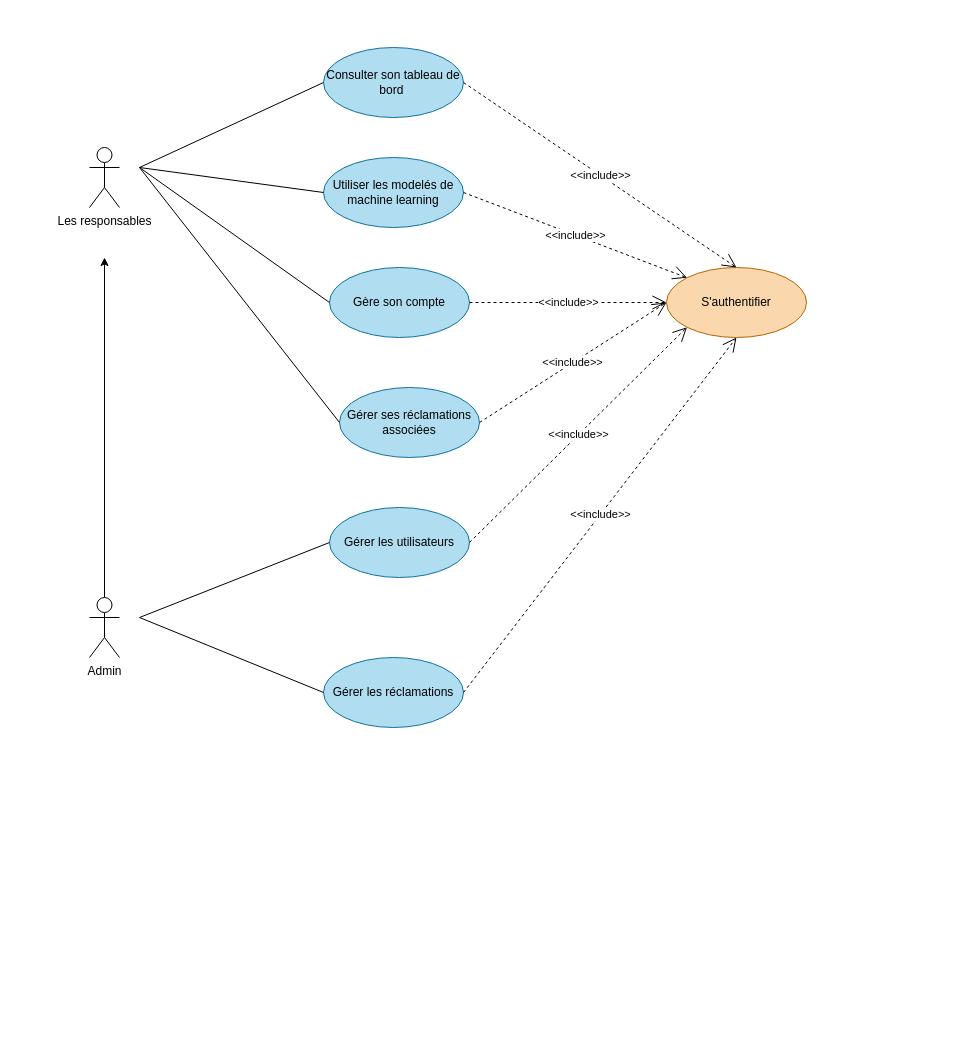
Before: Diagramme sans nom.drawio in mouhamedazizbacha/aziz, a draw.io diagram. Source tidied: cells renumbered, new cells numbered last; positions are measured from the earlier drawing's top-left corner, leaving out a move shared by most shapes. Both pictures are drawn from the tidied source at 100%, with x=0, y=0 at pixel (89, 47).
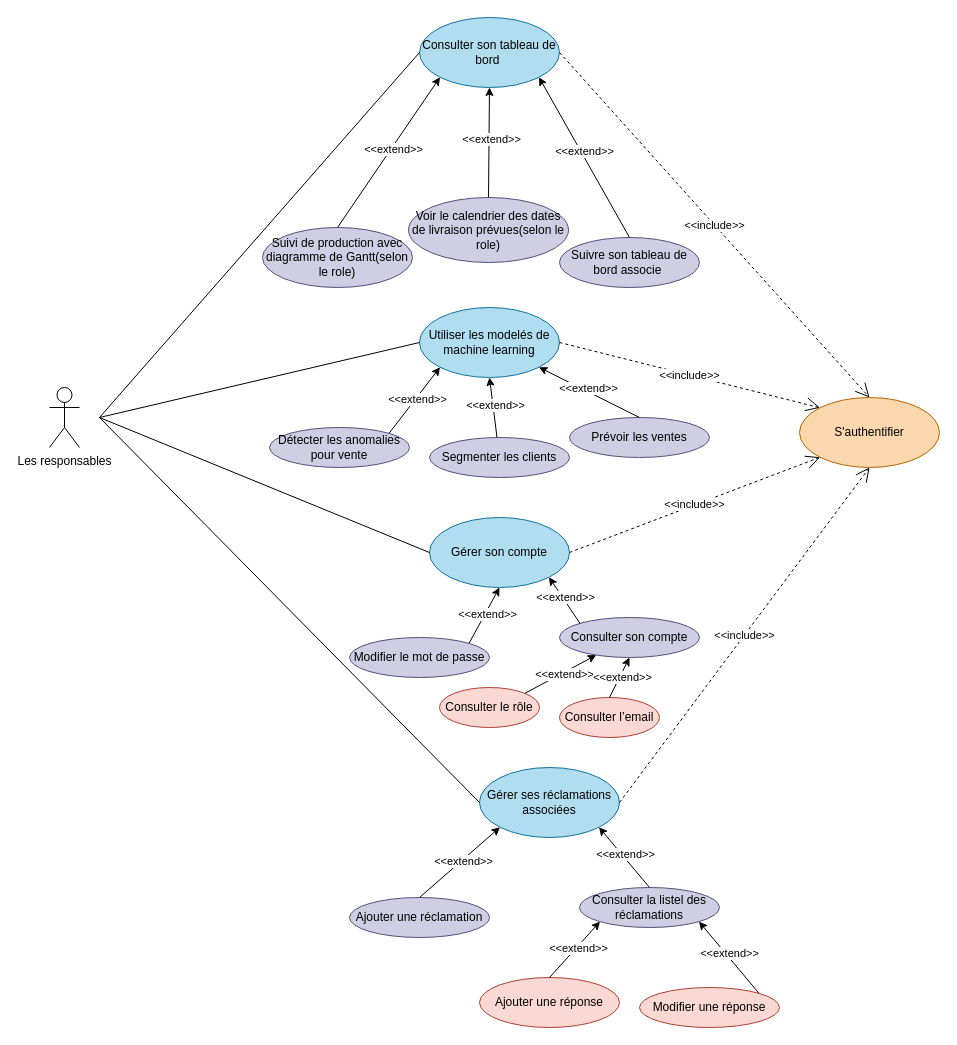
The same diagram, later.

Commit message:
Mettre à jour Diagramme sans nom.drawio

What changed in the source:
```diff
@@
     <mxCell id="2" value="Les responsables" style="shape=umlActor;verticalLabelPosition=bottom;verticalAlign=top;html=1;" parent="1" vertex="1">
-      <mxGeometry y="100" width="30" height="60" as="geometry" />
+      <mxGeometry x="-40" y="340" width="30" height="60" as="geometry" />
     </mxCell>
     <mxCell id="3" value="S'authentifier" style="ellipse;whiteSpace=wrap;html=1;fillColor=#fad7ac;strokeColor=#b46504;" parent="1" vertex="1">
-      <mxGeometry x="577" y="220" width="140" height="70" as="geometry" />
+      <mxGeometry x="710" y="350" width="140" height="70" as="geometry" />
     </mxCell>
-    <mxCell id="4" value="Gérer les utilisateurs" style="ellipse;whiteSpace=wrap;html=1;fillColor=#b1ddf0;strokeColor=#10739e;" parent="1" vertex="1">
-      <mxGeometry x="240" y="460" width="140" height="70" as="geometry" />
+    <mxCell id="4" value="Gérer son compte" style="ellipse;whiteSpace=wrap;html=1;fillColor=#b1ddf0;strokeColor=#10739e;" parent="1" vertex="1">
+      <mxGeometry x="340" y="470" width="140" height="70" as="geometry" />
     </mxCell>
     <mxCell id="5" value="Utiliser les modelés de machine learning" style="ellipse;whiteSpace=wrap;html=1;fillColor=#b1ddf0;strokeColor=#10739e;" parent="1" vertex="1">
-      <mxGeometry x="234" y="110" width="140" height="70" as="geometry" />
+      <mxGeometry x="330" y="260" width="140" height="70" as="geometry" />
     </mxCell>
     <mxCell id="6" value="Consulter son tableau de bord&amp;nbsp;" style="ellipse;whiteSpace=wrap;html=1;fillColor=#b1ddf0;strokeColor=#10739e;" parent="1" vertex="1">
-      <mxGeometry x="234" width="140" height="70" as="geometry" />
+      <mxGeometry x="330" y="-30" width="140" height="70" as="geometry" />
     </mxCell>
-    <mxCell id="7" value="Gérer les réclamations" style="ellipse;whiteSpace=wrap;html=1;fillColor=#b1ddf0;strokeColor=#10739e;" parent="1" vertex="1">
-      <mxGeometry x="234" y="610" width="140" height="70" as="geometry" />
+    <mxCell id="7" value="&lt;span style=&quot;white-space-collapse: preserve;&quot; class=&quot;x3jgonx&quot;&gt;Gérer ses réclamations associées&lt;/span&gt;" style="ellipse;whiteSpace=wrap;html=1;fillColor=#b1ddf0;strokeColor=#10739e;" parent="1" vertex="1">
+      <mxGeometry x="390" y="720" width="140" height="70" as="geometry" />
     </mxCell>
-    <mxCell id="8" value="&lt;span style=&quot;white-space-collapse: preserve;&quot; class=&quot;x3jgonx&quot;&gt;Gérer ses réclamations associées&lt;/span&gt;" style="ellipse;whiteSpace=wrap;html=1;fillColor=#b1ddf0;strokeColor=#10739e;" parent="1" vertex="1">
-      <mxGeometry x="250" y="340" width="140" height="70" as="geometry" />
-    </mxCell>
-    <mxCell id="9" value="Gère son compte" style="ellipse;whiteSpace=wrap;html=1;fillColor=#b1ddf0;strokeColor=#10739e;" parent="1" vertex="1">
-      <mxGeometry x="240" y="220" width="140" height="70" as="geometry" />
-    </mxCell>
-    <mxCell id="10" style="edgeStyle=orthogonalEdgeStyle;rounded=0;jettySize=auto;html=1;exitX=0.5;exitY=0;exitDx=0;exitDy=0;exitPerimeter=0;" parent="1" edge="1" source="11">
-      <mxGeometry relative="1" as="geometry">
-        <mxPoint x="15" y="210" as="targetPoint" />
-      </mxGeometry>
-    </mxCell>
-    <mxCell id="11" value="Admin" style="shape=umlActor;verticalLabelPosition=bottom;verticalAlign=top;html=1;" parent="1" vertex="1">
-      <mxGeometry y="550" width="30" height="60" as="geometry" />
-    </mxCell>
@@
-    <mxCell id="14" value="&amp;lt;&amp;lt;include&amp;gt;&amp;gt;" style="endArrow=open;endSize=12;dashed=1;html=1;rounded=0;entryX=0;entryY=0.5;entryDx=0;entryDy=0;exitX=1;exitY=0.5;exitDx=0;exitDy=0;" parent="1" edge="1" source="9" target="3">
-      <mxGeometry relative="1" as="geometry" />
-    </mxCell>
-    <mxCell id="15" value="&amp;lt;&amp;lt;include&amp;gt;&amp;gt;" style="endArrow=open;endSize=12;dashed=1;html=1;rounded=0;entryX=0;entryY=0.5;entryDx=0;entryDy=0;exitX=1;exitY=0.5;exitDx=0;exitDy=0;" parent="1" edge="1" source="8" target="3">
-      <mxGeometry relative="1" as="geometry" />
-    </mxCell>
@@
     <mxCell id="18" style="endArrow=none;html=1;rounded=0;entryX=0;entryY=0.5;entryDx=0;entryDy=0;" parent="1" edge="1" target="6">
       <mxGeometry relative="1" as="geometry">
-        <mxPoint x="50" y="120" as="sourcePoint" />
+        <mxPoint x="10" y="370" as="sourcePoint" />
       </mxGeometry>
     </mxCell>
     <mxCell id="19" style="endArrow=none;html=1;rounded=0;entryX=0;entryY=0.5;entryDx=0;entryDy=0;" parent="1" edge="1" target="5">
       <mxGeometry relative="1" as="geometry">
-        <mxPoint x="50" y="120" as="sourcePoint" />
+        <mxPoint x="10" y="370" as="sourcePoint" />
       </mxGeometry>
     </mxCell>
-    <mxCell id="20" style="endArrow=none;html=1;rounded=0;entryX=0;entryY=0.5;entryDx=0;entryDy=0;" parent="1" edge="1" target="9">
-      <mxGeometry relative="1" as="geometry">
-        <mxPoint x="50" y="120" as="sourcePoint" />
-      </mxGeometry>
-    </mxCell>
-    <mxCell id="21" style="endArrow=none;html=1;rounded=0;entryX=0;entryY=0.5;entryDx=0;entryDy=0;" parent="1" edge="1" target="8">
-      <mxGeometry relative="1" as="geometry">
-        <mxPoint x="50" y="120" as="sourcePoint" />
-      </mxGeometry>
-    </mxCell>
     <mxCell id="22" style="endArrow=none;html=1;rounded=0;entryX=0;entryY=0.5;entryDx=0;entryDy=0;" parent="1" edge="1" target="4">
       <mxGeometry relative="1" as="geometry">
-        <mxPoint x="50" y="570" as="sourcePoint" />
+        <mxPoint x="10" y="370" as="sourcePoint" />
       </mxGeometry>
     </mxCell>
     <mxCell id="23" style="endArrow=none;html=1;rounded=0;entryX=0;entryY=0.5;entryDx=0;entryDy=0;" parent="1" edge="1" target="7">
       <mxGeometry relative="1" as="geometry">
-        <mxPoint x="50" y="570" as="sourcePoint" />
+        <mxPoint x="10" y="370" as="sourcePoint" />
       </mxGeometry>
     </mxCell>
+    <mxCell id="24" value="Suivre son tableau de bord associe&amp;nbsp;" style="ellipse;whiteSpace=wrap;html=1;fillColor=#d0cee2;strokeColor=#56517e;" parent="1" vertex="1">
+      <mxGeometry x="470" y="190" width="140" height="50" as="geometry" />
+    </mxCell>
+    <mxCell id="25" style="endArrow=classic;html=1;rounded=0;entryX=1;entryY=1;entryDx=0;entryDy=0;exitX=0.5;exitY=0;exitDx=0;exitDy=0;" parent="1" edge="1" source="24" target="6">
+      <mxGeometry relative="1" as="geometry" />
+    </mxCell>
+    <mxCell id="26" value="&amp;lt;&amp;lt;extend&amp;gt;&amp;gt;" style="edgeLabel;html=1;align=center;verticalAlign=middle;" parent="25" vertex="1">
+      <mxGeometry x="0.05" y="-2" relative="1" as="geometry">
+        <mxPoint y="-1" as="offset" />
+      </mxGeometry>
+    </mxCell>
+    <mxCell id="27" value="Voir le calendrier des dates de livraison prévues(selon le role)" style="ellipse;whiteSpace=wrap;html=1;fillColor=#d0cee2;strokeColor=#56517e;" parent="1" vertex="1">
+      <mxGeometry x="319" y="150" width="160" height="65" as="geometry" />
+    </mxCell>
+    <mxCell id="28" value="Suivi de production avec diagramme de Gantt(selon le role)" style="ellipse;whiteSpace=wrap;html=1;fillColor=#d0cee2;strokeColor=#56517e;" parent="1" vertex="1">
+      <mxGeometry x="173" y="180" width="150" height="60" as="geometry" />
+    </mxCell>
+    <mxCell id="29" style="endArrow=classic;html=1;rounded=0;entryX=0;entryY=1;entryDx=0;entryDy=0;exitX=0.5;exitY=0;exitDx=0;exitDy=0;" parent="1" edge="1" source="28" target="6">
+      <mxGeometry relative="1" as="geometry" />
+    </mxCell>
+    <mxCell id="30" value="&amp;lt;&amp;lt;extend&amp;gt;&amp;gt;" style="edgeLabel;html=1;align=center;verticalAlign=middle;" parent="29" vertex="1">
+      <mxGeometry x="0.05" y="-2" relative="1" as="geometry">
+        <mxPoint y="-1" as="offset" />
+      </mxGeometry>
+    </mxCell>
+    <mxCell id="31" style="endArrow=classic;html=1;rounded=0;entryX=0.5;entryY=1;entryDx=0;entryDy=0;exitX=0.5;exitY=0;exitDx=0;exitDy=0;" parent="1" edge="1" source="27" target="6">
+      <mxGeometry relative="1" as="geometry" />
+    </mxCell>
+    <mxCell id="32" value="&amp;lt;&amp;lt;extend&amp;gt;&amp;gt;" style="edgeLabel;html=1;align=center;verticalAlign=middle;" parent="31" vertex="1">
+      <mxGeometry x="0.05" y="-2" relative="1" as="geometry">
+        <mxPoint y="-1" as="offset" />
+      </mxGeometry>
+    </mxCell>
+    <mxCell id="33" value="Prévoir les ventes" style="ellipse;whiteSpace=wrap;html=1;fillColor=#d0cee2;strokeColor=#56517e;" parent="1" vertex="1">
+      <mxGeometry x="480" y="370" width="140" height="40" as="geometry" />
+    </mxCell>
+    <mxCell id="34" value="Détecter les anomalies pour vente" style="ellipse;whiteSpace=wrap;html=1;fillColor=#d0cee2;strokeColor=#56517e;" parent="1" vertex="1">
+      <mxGeometry x="180" y="380" width="140" height="40" as="geometry" />
+    </mxCell>
+    <mxCell id="35" value="Segmenter les clients" style="ellipse;whiteSpace=wrap;html=1;fillColor=#d0cee2;strokeColor=#56517e;" parent="1" vertex="1">
+      <mxGeometry x="340" y="390" width="140" height="40" as="geometry" />
+    </mxCell>
+    <mxCell id="36" style="endArrow=classic;html=1;rounded=0;entryX=0;entryY=1;entryDx=0;entryDy=0;exitX=1;exitY=0;exitDx=0;exitDy=0;" parent="1" edge="1" source="34" target="5">
+      <mxGeometry relative="1" as="geometry" />
+    </mxCell>
+    <mxCell id="37" value="&amp;lt;&amp;lt;extend&amp;gt;&amp;gt;" style="edgeLabel;html=1;align=center;verticalAlign=middle;" parent="36" vertex="1">
+      <mxGeometry x="0.05" y="-2" relative="1" as="geometry">
+        <mxPoint y="-1" as="offset" />
+      </mxGeometry>
+    </mxCell>
+    <mxCell id="38" style="endArrow=classic;html=1;rounded=0;entryX=0.5;entryY=1;entryDx=0;entryDy=0;" parent="1" edge="1" source="35" target="5">
+      <mxGeometry relative="1" as="geometry" />
+    </mxCell>
+    <mxCell id="39" value="&amp;lt;&amp;lt;extend&amp;gt;&amp;gt;" style="edgeLabel;html=1;align=center;verticalAlign=middle;" parent="38" vertex="1">
+      <mxGeometry x="0.05" y="-2" relative="1" as="geometry">
+        <mxPoint y="-1" as="offset" />
+      </mxGeometry>
+    </mxCell>
+    <mxCell id="40" style="endArrow=classic;html=1;rounded=0;entryX=1;entryY=1;entryDx=0;entryDy=0;exitX=0.5;exitY=0;exitDx=0;exitDy=0;" parent="1" edge="1" source="33" target="5">
+      <mxGeometry relative="1" as="geometry" />
+    </mxCell>
+    <mxCell id="41" value="&amp;lt;&amp;lt;extend&amp;gt;&amp;gt;" style="edgeLabel;html=1;align=center;verticalAlign=middle;" parent="40" vertex="1">
+      <mxGeometry x="0.05" y="-2" relative="1" as="geometry">
+        <mxPoint y="-1" as="offset" />
+      </mxGeometry>
+    </mxCell>
+    <mxCell id="42" style="endArrow=classic;html=1;rounded=0;entryX=0.5;entryY=1;entryDx=0;entryDy=0;exitX=1;exitY=0;exitDx=0;exitDy=0;" parent="1" edge="1" source="57" target="4">
+      <mxGeometry relative="1" as="geometry" />
+    </mxCell>
+    <mxCell id="43" value="&amp;lt;&amp;lt;extend&amp;gt;&amp;gt;" style="edgeLabel;html=1;align=center;verticalAlign=middle;" parent="42" vertex="1">
+      <mxGeometry x="0.05" y="-2" relative="1" as="geometry">
+        <mxPoint y="-1" as="offset" />
+      </mxGeometry>
+    </mxCell>
+    <mxCell id="44" value="Ajouter une réclamation" style="ellipse;whiteSpace=wrap;html=1;fillColor=#d0cee2;strokeColor=#56517e;" parent="1" vertex="1">
+      <mxGeometry x="260" y="850" width="140" height="40" as="geometry" />
+    </mxCell>
+    <mxCell id="45" value="Consulter la listel des réclamations" style="ellipse;whiteSpace=wrap;html=1;fillColor=#d0cee2;strokeColor=#56517e;" parent="1" vertex="1">
+      <mxGeometry x="490" y="840" width="140" height="40" as="geometry" />
+    </mxCell>
+    <mxCell id="46" value="Ajouter une réponse" style="ellipse;whiteSpace=wrap;html=1;fillColor=#fad9d5;strokeColor=#ae4132;" parent="1" vertex="1">
+      <mxGeometry x="390" y="930" width="140" height="50" as="geometry" />
+    </mxCell>
+    <mxCell id="47" value="Modifier une réponse" style="ellipse;whiteSpace=wrap;html=1;fillColor=#fad9d5;strokeColor=#ae4132;" parent="1" vertex="1">
+      <mxGeometry x="550" y="940" width="140" height="40" as="geometry" />
+    </mxCell>
+    <mxCell id="48" style="endArrow=classic;html=1;rounded=0;entryX=0;entryY=1;entryDx=0;entryDy=0;exitX=0.5;exitY=0;exitDx=0;exitDy=0;" parent="1" edge="1" source="44" target="7">
+      <mxGeometry relative="1" as="geometry" />
+    </mxCell>
+    <mxCell id="49" value="&amp;lt;&amp;lt;extend&amp;gt;&amp;gt;" style="edgeLabel;html=1;align=center;verticalAlign=middle;" parent="48" vertex="1">
+      <mxGeometry x="0.05" y="-2" relative="1" as="geometry">
+        <mxPoint y="-1" as="offset" />
+      </mxGeometry>
+    </mxCell>
+    <mxCell id="50" style="endArrow=classic;html=1;rounded=0;entryX=1;entryY=1;entryDx=0;entryDy=0;exitX=1;exitY=0;exitDx=0;exitDy=0;" parent="1" edge="1" source="47" target="45">
+      <mxGeometry relative="1" as="geometry" />
+    </mxCell>
+    <mxCell id="51" value="&amp;lt;&amp;lt;extend&amp;gt;&amp;gt;" style="edgeLabel;html=1;align=center;verticalAlign=middle;" parent="50" vertex="1">
+      <mxGeometry x="0.05" y="-2" relative="1" as="geometry">
+        <mxPoint y="-1" as="offset" />
+      </mxGeometry>
+    </mxCell>
+    <mxCell id="52" style="endArrow=classic;html=1;rounded=0;entryX=0;entryY=1;entryDx=0;entryDy=0;exitX=0.5;exitY=0;exitDx=0;exitDy=0;" parent="1" edge="1" source="46" target="45">
+      <mxGeometry relative="1" as="geometry" />
+    </mxCell>
+    <mxCell id="53" value="&amp;lt;&amp;lt;extend&amp;gt;&amp;gt;" style="edgeLabel;html=1;align=center;verticalAlign=middle;" parent="52" vertex="1">
+      <mxGeometry x="0.05" y="-2" relative="1" as="geometry">
+        <mxPoint y="-1" as="offset" />
+      </mxGeometry>
+    </mxCell>
+    <mxCell id="54" style="endArrow=classic;html=1;rounded=0;entryX=1;entryY=1;entryDx=0;entryDy=0;exitX=0.5;exitY=0;exitDx=0;exitDy=0;" parent="1" edge="1" source="45" target="7">
+      <mxGeometry relative="1" as="geometry" />
+    </mxCell>
+    <mxCell id="55" value="&amp;lt;&amp;lt;extend&amp;gt;&amp;gt;" style="edgeLabel;html=1;align=center;verticalAlign=middle;" parent="54" vertex="1">
+      <mxGeometry x="0.05" y="-2" relative="1" as="geometry">
+        <mxPoint y="-1" as="offset" />
+      </mxGeometry>
+    </mxCell>
+    <mxCell id="56" value="Consulter son compte" style="ellipse;whiteSpace=wrap;html=1;fillColor=#d0cee2;strokeColor=#56517e;" parent="1" vertex="1">
+      <mxGeometry x="470" y="570" width="140" height="40" as="geometry" />
+    </mxCell>
+    <mxCell id="57" value="Modifier le mot de passe" style="ellipse;whiteSpace=wrap;html=1;fillColor=#d0cee2;strokeColor=#56517e;" parent="1" vertex="1">
+      <mxGeometry x="260" y="590" width="140" height="40" as="geometry" />
+    </mxCell>
+    <mxCell id="58" value="Consulter le rôle" style="ellipse;whiteSpace=wrap;html=1;fillColor=#fad9d5;strokeColor=#ae4132;" parent="1" vertex="1">
+      <mxGeometry x="350" y="640" width="100" height="40" as="geometry" />
+    </mxCell>
+    <mxCell id="59" style="endArrow=classic;html=1;rounded=0;entryX=1;entryY=1;entryDx=0;entryDy=0;exitX=0;exitY=0;exitDx=0;exitDy=0;" parent="1" edge="1" source="56" target="4">
+      <mxGeometry relative="1" as="geometry" />
+    </mxCell>
+    <mxCell id="60" value="&amp;lt;&amp;lt;extend&amp;gt;&amp;gt;" style="edgeLabel;html=1;align=center;verticalAlign=middle;" parent="59" vertex="1">
+      <mxGeometry x="0.05" y="-2" relative="1" as="geometry">
+        <mxPoint y="-1" as="offset" />
+      </mxGeometry>
+    </mxCell>
+    <mxCell id="61" value="Consulter l’email" style="ellipse;whiteSpace=wrap;html=1;fillColor=#fad9d5;strokeColor=#ae4132;" parent="1" vertex="1">
+      <mxGeometry x="470" y="650" width="100" height="40" as="geometry" />
+    </mxCell>
+    <mxCell id="62" style="endArrow=classic;html=1;rounded=0;exitX=1;exitY=0;exitDx=0;exitDy=0;" parent="1" edge="1" source="58" target="56">
+      <mxGeometry relative="1" as="geometry" />
+    </mxCell>
+    <mxCell id="63" value="&amp;lt;&amp;lt;extend&amp;gt;&amp;gt;" style="edgeLabel;html=1;align=center;verticalAlign=middle;" parent="62" vertex="1">
+      <mxGeometry x="0.05" y="-2" relative="1" as="geometry">
+        <mxPoint y="-1" as="offset" />
+      </mxGeometry>
+    </mxCell>
+    <mxCell id="64" style="endArrow=classic;html=1;rounded=0;entryX=0.5;entryY=1;entryDx=0;entryDy=0;exitX=0.5;exitY=0;exitDx=0;exitDy=0;" parent="1" edge="1" source="61" target="56">
+      <mxGeometry relative="1" as="geometry" />
+    </mxCell>
+    <mxCell id="65" value="&amp;lt;&amp;lt;extend&amp;gt;&amp;gt;" style="edgeLabel;html=1;align=center;verticalAlign=middle;" parent="64" vertex="1">
+      <mxGeometry x="0.05" y="-2" relative="1" as="geometry">
+        <mxPoint y="-1" as="offset" />
+      </mxGeometry>
+    </mxCell>
```
